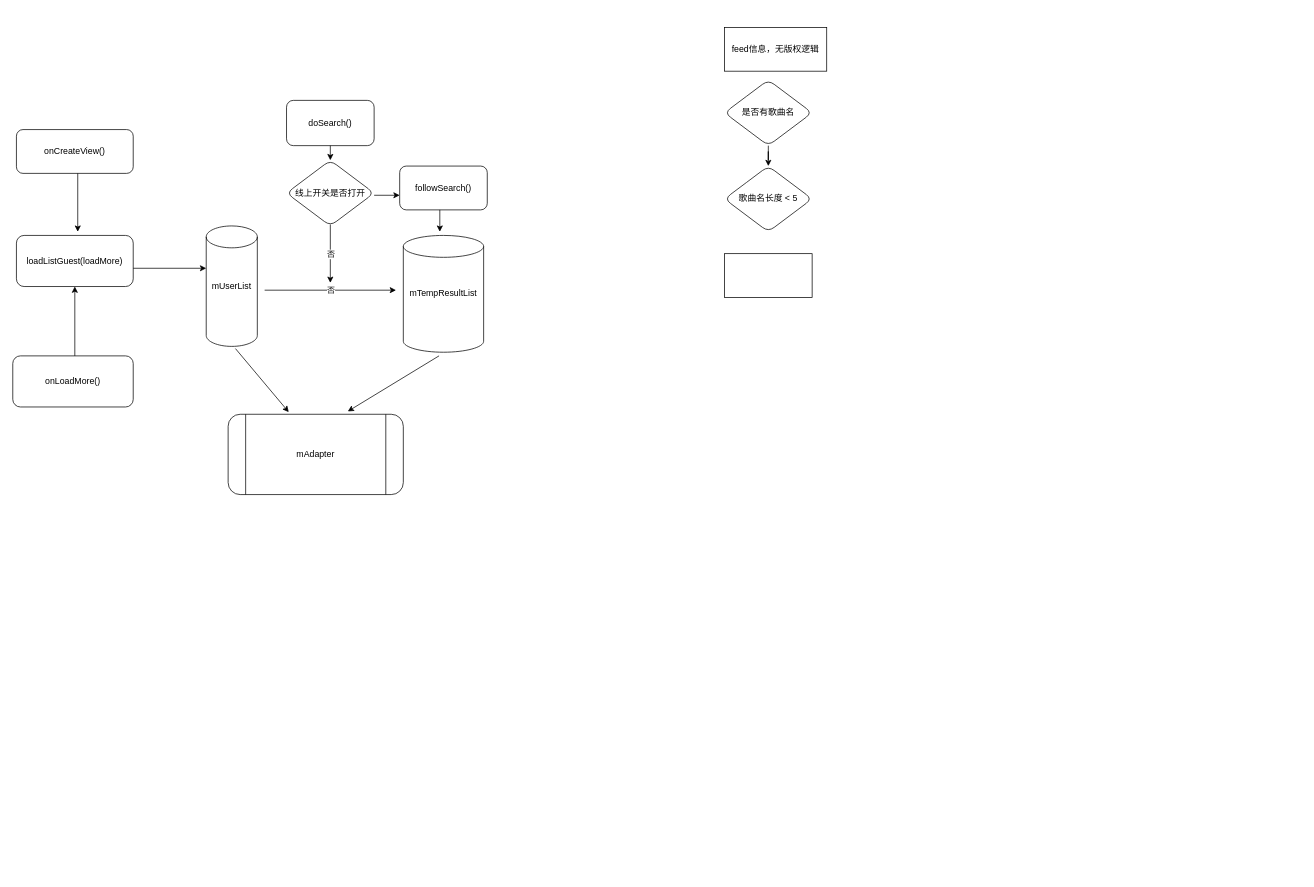
Earlier version of the draw.io diagram 技术方案.drawio (Alinvor/nodedemo). Source tidied: cells renumbered, new cells numbered last; positions are measured from the earlier drawing's top-left corner, leaving out a move shared by most shapes. Both pictures are drawn from the tidied source at 73%, with x=0, y=0 at pixel (12, 27).
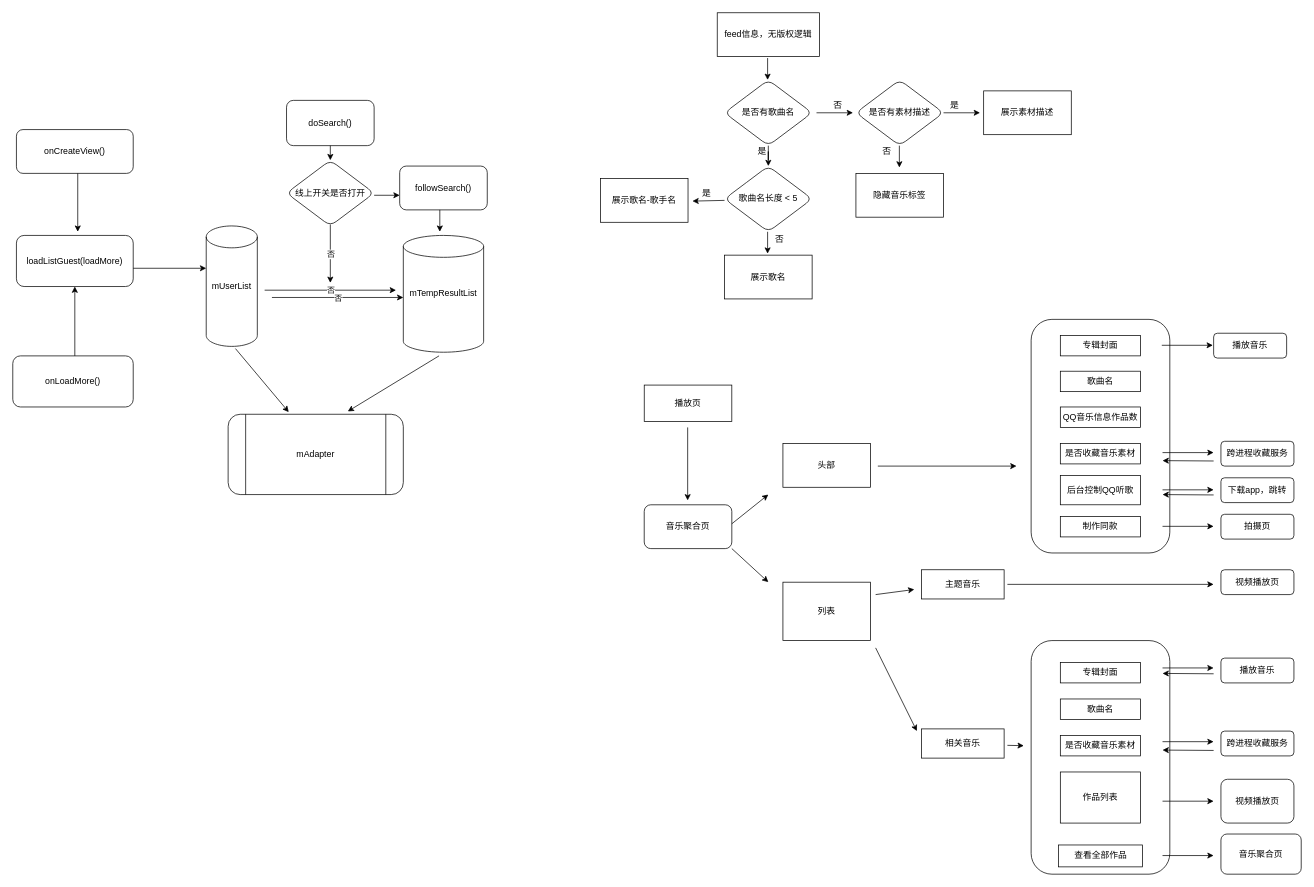
After the change.

Commit message:
更新技术方案.drawio

The edit, as a diff of the source:
```diff
@@
+    <mxCell id="28" style="rounded=1;whiteSpace=wrap;html=1;" parent="1" vertex="1">
+      <mxGeometry x="1395" y="840" width="190" height="320" as="geometry" />
+    </mxCell>
+    <mxCell id="29" style="rounded=1;whiteSpace=wrap;html=1;" parent="1" vertex="1">
+      <mxGeometry x="1395" y="400" width="190" height="320" as="geometry" />
+    </mxCell>
@@
     <mxCell id="25" value="feed信息，无版权逻辑" style="rounded=0;whiteSpace=wrap;html=1;" parent="1" vertex="1">
-      <mxGeometry x="975" width="140" height="60" as="geometry" />
+      <mxGeometry x="965" y="-20" width="140" height="60" as="geometry" />
     </mxCell>
@@
-    <mxCell id="27" style="whiteSpace=wrap;html=1;" parent="1" vertex="1">
-      <mxGeometry x="975" y="310" width="120" height="60" as="geometry" />
+    <mxCell id="27" value="展示歌名-歌手名" style="whiteSpace=wrap;html=1;" parent="1" vertex="1">
+      <mxGeometry x="805" y="207" width="120" height="60" as="geometry" />
     </mxCell>
+    <mxCell id="30" value="是" style="text;html=1;align=center;verticalAlign=middle;" parent="1" vertex="1">
+      <mxGeometry x="1011" y="160" width="30" height="20" as="geometry" />
+    </mxCell>
+    <mxCell id="31" value="是否有素材描述" style="rhombus;whiteSpace=wrap;html=1;rounded=1;" parent="1" vertex="1">
+      <mxGeometry x="1155" y="72" width="120" height="90" as="geometry" />
+    </mxCell>
+    <mxCell id="32" style="endArrow=classic;html=1;entryX=0;entryY=0.5;entryDx=0;entryDy=0;" parent="1" edge="1">
+      <mxGeometry relative="1" as="geometry">
+        <mxPoint x="1101" y="117" as="sourcePoint" />
+        <mxPoint x="1151" y="117" as="targetPoint" />
+      </mxGeometry>
+    </mxCell>
+    <mxCell id="33" value="展示素材描述" style="whiteSpace=wrap;html=1;" parent="1" vertex="1">
+      <mxGeometry x="1330" y="87" width="120" height="60" as="geometry" />
+    </mxCell>
+    <mxCell id="34" value="隐藏音乐标签" style="whiteSpace=wrap;html=1;" parent="1" vertex="1">
+      <mxGeometry x="1155" y="200" width="120" height="60" as="geometry" />
+    </mxCell>
+    <mxCell id="35" value="展示歌名" style="whiteSpace=wrap;html=1;" parent="1" vertex="1">
+      <mxGeometry x="975" y="312" width="120" height="60" as="geometry" />
+    </mxCell>
+    <mxCell id="36" value="否" style="text;html=1;align=center;verticalAlign=middle;" parent="1" vertex="1">
+      <mxGeometry x="1115" y="97" width="30" height="20" as="geometry" />
+    </mxCell>
+    <mxCell id="37" style="endArrow=classic;html=1;exitX=0.5;exitY=1;exitDx=0;exitDy=0;" parent="1" edge="1">
+      <mxGeometry relative="1" as="geometry">
+        <mxPoint x="1214.5" y="162" as="sourcePoint" />
+        <mxPoint x="1214.5" y="192" as="targetPoint" />
+      </mxGeometry>
+    </mxCell>
+    <mxCell id="38" value="否" style="text;html=1;align=center;verticalAlign=middle;" parent="1" vertex="1">
+      <mxGeometry x="1182" y="160" width="30" height="20" as="geometry" />
+    </mxCell>
+    <mxCell id="39" style="endArrow=classic;html=1;entryX=0;entryY=0.5;entryDx=0;entryDy=0;" parent="1" edge="1">
+      <mxGeometry relative="1" as="geometry">
+        <mxPoint x="1275" y="117" as="sourcePoint" />
+        <mxPoint x="1325" y="117" as="targetPoint" />
+      </mxGeometry>
+    </mxCell>
+    <mxCell id="40" value="是" style="text;html=1;align=center;verticalAlign=middle;points=[];" parent="1" vertex="1">
+      <mxGeometry x="935" y="217" width="30" height="20" as="geometry" />
+    </mxCell>
+    <mxCell id="41" style="endArrow=classic;html=1;entryX=-0.133;entryY=1.05;entryDx=0;entryDy=0;entryPerimeter=0;" parent="1" edge="1" target="40">
+      <mxGeometry relative="1" as="geometry">
+        <mxPoint x="975" y="237" as="sourcePoint" />
+      </mxGeometry>
+    </mxCell>
+    <mxCell id="42" value="否" style="text;html=1;align=center;verticalAlign=middle;" parent="1" vertex="1">
+      <mxGeometry x="1035" y="280" width="30" height="20" as="geometry" />
+    </mxCell>
+    <mxCell id="43" style="endArrow=classic;html=1;exitX=0.5;exitY=1;exitDx=0;exitDy=0;" parent="1" edge="1">
+      <mxGeometry relative="1" as="geometry">
+        <mxPoint x="1034" y="280" as="sourcePoint" />
+        <mxPoint x="1034" y="310" as="targetPoint" />
+      </mxGeometry>
+    </mxCell>
+    <mxCell id="44" style="endArrow=classic;html=1;exitX=0.5;exitY=1;exitDx=0;exitDy=0;" parent="1" edge="1">
+      <mxGeometry relative="1" as="geometry">
+        <mxPoint x="1034" y="42" as="sourcePoint" />
+        <mxPoint x="1034" y="72" as="targetPoint" />
+      </mxGeometry>
+    </mxCell>
+    <mxCell id="45" value="是" style="text;html=1;align=center;verticalAlign=middle;" parent="1" vertex="1">
+      <mxGeometry x="1275" y="97" width="30" height="20" as="geometry" />
+    </mxCell>
+    <mxCell id="46" value="播放页" style="rounded=0;whiteSpace=wrap;html=1;" parent="1" vertex="1">
+      <mxGeometry x="865" y="490" width="120" height="50" as="geometry" />
+    </mxCell>
+    <mxCell id="47" value="音乐聚合页" style="rounded=1;whiteSpace=wrap;html=1;" parent="1" vertex="1">
+      <mxGeometry x="865" y="654" width="120" height="60" as="geometry" />
+    </mxCell>
+    <mxCell id="48" value="头部" style="rounded=0;whiteSpace=wrap;html=1;" parent="1" vertex="1">
+      <mxGeometry x="1055" y="570" width="120" height="60" as="geometry" />
+    </mxCell>
+    <mxCell id="49" value="列表" style="rounded=0;whiteSpace=wrap;html=1;" parent="1" vertex="1">
+      <mxGeometry x="1055" y="760" width="120" height="80" as="geometry" />
+    </mxCell>
+    <mxCell id="50" value="专辑封面" style="rounded=0;whiteSpace=wrap;html=1;" parent="1" vertex="1">
+      <mxGeometry x="1435" y="422" width="110" height="28" as="geometry" />
+    </mxCell>
+    <mxCell id="51" value="歌曲名" style="rounded=0;whiteSpace=wrap;html=1;" parent="1" vertex="1">
+      <mxGeometry x="1435" y="471" width="110" height="28" as="geometry" />
+    </mxCell>
+    <mxCell id="52" value="QQ音乐信息作品数" style="rounded=0;whiteSpace=wrap;html=1;" parent="1" vertex="1">
+      <mxGeometry x="1435" y="520" width="110" height="28" as="geometry" />
+    </mxCell>
+    <mxCell id="53" value="是否收藏音乐素材" style="rounded=0;whiteSpace=wrap;html=1;" parent="1" vertex="1">
+      <mxGeometry x="1435" y="570" width="110" height="28" as="geometry" />
+    </mxCell>
+    <mxCell id="54" value="后台控制QQ听歌" style="rounded=0;whiteSpace=wrap;html=1;" parent="1" vertex="1">
+      <mxGeometry x="1435" y="614" width="110" height="40" as="geometry" />
+    </mxCell>
+    <mxCell id="55" value="制作同款" style="rounded=0;whiteSpace=wrap;html=1;" parent="1" vertex="1">
+      <mxGeometry x="1435" y="670" width="110" height="28" as="geometry" />
+    </mxCell>
+    <mxCell id="56" value="拍摄页" style="rounded=1;whiteSpace=wrap;html=1;" parent="1" vertex="1">
+      <mxGeometry x="1655" y="667" width="100" height="34" as="geometry" />
+    </mxCell>
+    <mxCell id="57" value="播放音乐" style="rounded=1;whiteSpace=wrap;html=1;" parent="1" vertex="1">
+      <mxGeometry x="1645" y="419" width="100" height="34" as="geometry" />
+    </mxCell>
+    <mxCell id="58" value="跨进程收藏服务" style="rounded=1;whiteSpace=wrap;html=1;" parent="1" vertex="1">
+      <mxGeometry x="1655" y="567" width="100" height="34" as="geometry" />
+    </mxCell>
+    <mxCell id="59" value="下载app，跳转" style="rounded=1;whiteSpace=wrap;html=1;" parent="1" vertex="1">
+      <mxGeometry x="1655" y="617" width="100" height="34" as="geometry" />
+    </mxCell>
+    <mxCell id="60" value="相关音乐" style="rounded=0;whiteSpace=wrap;html=1;" parent="1" vertex="1">
+      <mxGeometry x="1245" y="961" width="113" height="40" as="geometry" />
+    </mxCell>
+    <mxCell id="61" value="主题音乐" style="rounded=0;whiteSpace=wrap;html=1;" parent="1" vertex="1">
+      <mxGeometry x="1245" y="743" width="113" height="40" as="geometry" />
+    </mxCell>
+    <mxCell id="62" value="视频播放页" style="rounded=1;whiteSpace=wrap;html=1;" parent="1" vertex="1">
+      <mxGeometry x="1655" y="743" width="100" height="34" as="geometry" />
+    </mxCell>
+    <mxCell id="63" value="专辑封面" style="rounded=0;whiteSpace=wrap;html=1;" parent="1" vertex="1">
+      <mxGeometry x="1435" y="870" width="110" height="28" as="geometry" />
+    </mxCell>
+    <mxCell id="64" value="歌曲名" style="rounded=0;whiteSpace=wrap;html=1;" parent="1" vertex="1">
+      <mxGeometry x="1435" y="920" width="110" height="28" as="geometry" />
+    </mxCell>
+    <mxCell id="65" value="是否收藏音乐素材" style="rounded=0;whiteSpace=wrap;html=1;" parent="1" vertex="1">
+      <mxGeometry x="1435" y="970" width="110" height="28" as="geometry" />
+    </mxCell>
+    <mxCell id="66" value="作品列表" style="rounded=0;whiteSpace=wrap;html=1;" parent="1" vertex="1">
+      <mxGeometry x="1435" y="1020" width="110" height="70" as="geometry" />
+    </mxCell>
+    <mxCell id="67" value="查看全部作品" style="rounded=0;whiteSpace=wrap;html=1;" parent="1" vertex="1">
+      <mxGeometry x="1432.5" y="1120" width="115" height="30" as="geometry" />
+    </mxCell>
+    <mxCell id="68" value="播放音乐" style="rounded=1;whiteSpace=wrap;html=1;" parent="1" vertex="1">
+      <mxGeometry x="1655" y="864" width="100" height="34" as="geometry" />
+    </mxCell>
+    <mxCell id="69" value="跨进程收藏服务" style="rounded=1;whiteSpace=wrap;html=1;" parent="1" vertex="1">
+      <mxGeometry x="1655" y="964" width="100" height="34" as="geometry" />
+    </mxCell>
+    <mxCell id="70" value="音乐聚合页" style="rounded=1;whiteSpace=wrap;html=1;" parent="1" vertex="1">
+      <mxGeometry x="1655" y="1105" width="110" height="55" as="geometry" />
+    </mxCell>
+    <mxCell id="71" style="endArrow=classic;html=1;exitX=0.5;exitY=1;exitDx=0;exitDy=0;" parent="1" edge="1">
+      <mxGeometry relative="1" as="geometry">
+        <mxPoint x="924.5" y="548" as="sourcePoint" />
+        <mxPoint x="924.5" y="648" as="targetPoint" />
+      </mxGeometry>
+    </mxCell>
+    <mxCell id="72" style="endArrow=classic;html=1;" parent="1" edge="1">
+      <mxGeometry relative="1" as="geometry">
+        <mxPoint x="985" y="680" as="sourcePoint" />
+        <mxPoint x="1035" y="640" as="targetPoint" />
+      </mxGeometry>
+    </mxCell>
+    <mxCell id="73" style="endArrow=classic;html=1;" parent="1" edge="1">
+      <mxGeometry relative="1" as="geometry">
+        <mxPoint x="985" y="714" as="sourcePoint" />
+        <mxPoint x="1035" y="760" as="targetPoint" />
+      </mxGeometry>
+    </mxCell>
+    <mxCell id="74" style="endArrow=classic;html=1;" parent="1" edge="1">
+      <mxGeometry relative="1" as="geometry">
+        <mxPoint x="355" y="370" as="sourcePoint" />
+        <mxPoint x="535" y="370" as="targetPoint" />
+      </mxGeometry>
+    </mxCell>
+    <mxCell id="75" value="否" style="edgeLabel;html=1;align=center;verticalAlign=middle;" parent="74" vertex="1">
+      <mxGeometry relative="1" as="geometry" />
+    </mxCell>
+    <mxCell id="76" value="视频播放页" style="rounded=1;whiteSpace=wrap;html=1;" parent="1" vertex="1">
+      <mxGeometry x="1655" y="1030" width="100" height="60" as="geometry" />
+    </mxCell>
+    <mxCell id="77" style="endArrow=classic;html=1;" parent="1" edge="1">
+      <mxGeometry relative="1" as="geometry">
+        <mxPoint x="1574" y="435.5" as="sourcePoint" />
+        <mxPoint x="1644" y="435.5" as="targetPoint" />
+      </mxGeometry>
+    </mxCell>
+    <mxCell id="78" style="endArrow=classic;html=1;" parent="1" edge="1">
+      <mxGeometry relative="1" as="geometry">
+        <mxPoint x="1575" y="683.5" as="sourcePoint" />
+        <mxPoint x="1645" y="683.5" as="targetPoint" />
+      </mxGeometry>
+    </mxCell>
+    <mxCell id="79" style="endArrow=classic;html=1;" parent="1" edge="1">
+      <mxGeometry relative="1" as="geometry">
+        <mxPoint x="1575" y="633.5" as="sourcePoint" />
+        <mxPoint x="1645" y="633.5" as="targetPoint" />
+      </mxGeometry>
+    </mxCell>
+    <mxCell id="80" style="endArrow=classic;html=1;" parent="1" edge="1">
+      <mxGeometry relative="1" as="geometry">
+        <mxPoint x="1575" y="582.5" as="sourcePoint" />
+        <mxPoint x="1645" y="582.5" as="targetPoint" />
+      </mxGeometry>
+    </mxCell>
+    <mxCell id="81" style="endArrow=classic;html=1;" parent="1" edge="1">
+      <mxGeometry relative="1" as="geometry">
+        <mxPoint x="1575" y="877.5" as="sourcePoint" />
+        <mxPoint x="1645" y="877.5" as="targetPoint" />
+      </mxGeometry>
+    </mxCell>
+    <mxCell id="82" style="endArrow=classic;html=1;" parent="1" edge="1">
+      <mxGeometry relative="1" as="geometry">
+        <mxPoint x="1362.5" y="763" as="sourcePoint" />
+        <mxPoint x="1645" y="763" as="targetPoint" />
+      </mxGeometry>
+    </mxCell>
+    <mxCell id="83" style="endArrow=classic;html=1;" parent="1" edge="1">
+      <mxGeometry relative="1" as="geometry">
+        <mxPoint x="1575" y="1134.5" as="sourcePoint" />
+        <mxPoint x="1645" y="1134.5" as="targetPoint" />
+      </mxGeometry>
+    </mxCell>
+    <mxCell id="84" style="endArrow=classic;html=1;" parent="1" edge="1">
+      <mxGeometry relative="1" as="geometry">
+        <mxPoint x="1575" y="1060" as="sourcePoint" />
+        <mxPoint x="1645" y="1060" as="targetPoint" />
+      </mxGeometry>
+    </mxCell>
+    <mxCell id="85" style="endArrow=classic;html=1;" parent="1" edge="1">
+      <mxGeometry relative="1" as="geometry">
+        <mxPoint x="1575" y="978.5" as="sourcePoint" />
+        <mxPoint x="1645" y="978.5" as="targetPoint" />
+      </mxGeometry>
+    </mxCell>
+    <mxCell id="86" style="endArrow=classic;html=1;" parent="1" edge="1">
+      <mxGeometry relative="1" as="geometry">
+        <mxPoint x="1185" y="601" as="sourcePoint" />
+        <mxPoint x="1375" y="601" as="targetPoint" />
+      </mxGeometry>
+    </mxCell>
+    <mxCell id="87" style="endArrow=classic;html=1;" parent="1" edge="1">
+      <mxGeometry relative="1" as="geometry">
+        <mxPoint x="1182" y="777" as="sourcePoint" />
+        <mxPoint x="1235" y="770" as="targetPoint" />
+      </mxGeometry>
+    </mxCell>
+    <mxCell id="88" style="endArrow=classic;html=1;" parent="1" edge="1">
+      <mxGeometry relative="1" as="geometry">
+        <mxPoint x="1182" y="850" as="sourcePoint" />
+        <mxPoint x="1238.5" y="964" as="targetPoint" />
+      </mxGeometry>
+    </mxCell>
+    <mxCell id="89" style="endArrow=classic;html=1;" parent="1" edge="1">
+      <mxGeometry relative="1" as="geometry">
+        <mxPoint x="1362.5" y="983.5" as="sourcePoint" />
+        <mxPoint x="1385" y="984" as="targetPoint" />
+      </mxGeometry>
+    </mxCell>
+    <mxCell id="90" style="endArrow=classic;html=1;entryX=-0.133;entryY=1.05;entryDx=0;entryDy=0;entryPerimeter=0;" parent="1" edge="1">
+      <mxGeometry relative="1" as="geometry">
+        <mxPoint x="1645" y="594" as="sourcePoint" />
+        <mxPoint x="1575" y="593.5" as="targetPoint" />
+      </mxGeometry>
+    </mxCell>
+    <mxCell id="91" style="endArrow=classic;html=1;entryX=-0.133;entryY=1.05;entryDx=0;entryDy=0;entryPerimeter=0;" parent="1" edge="1">
+      <mxGeometry relative="1" as="geometry">
+        <mxPoint x="1645" y="990.5" as="sourcePoint" />
+        <mxPoint x="1575" y="990" as="targetPoint" />
+      </mxGeometry>
+    </mxCell>
+    <mxCell id="92" style="endArrow=classic;html=1;entryX=-0.133;entryY=1.05;entryDx=0;entryDy=0;entryPerimeter=0;" parent="1" edge="1">
+      <mxGeometry relative="1" as="geometry">
+        <mxPoint x="1645" y="640.5" as="sourcePoint" />
+        <mxPoint x="1575" y="640" as="targetPoint" />
+      </mxGeometry>
+    </mxCell>
+    <mxCell id="93" style="endArrow=classic;html=1;entryX=-0.133;entryY=1.05;entryDx=0;entryDy=0;entryPerimeter=0;" parent="1" edge="1">
+      <mxGeometry relative="1" as="geometry">
+        <mxPoint x="1645" y="885.5" as="sourcePoint" />
+        <mxPoint x="1575" y="885" as="targetPoint" />
+      </mxGeometry>
+    </mxCell>
```
